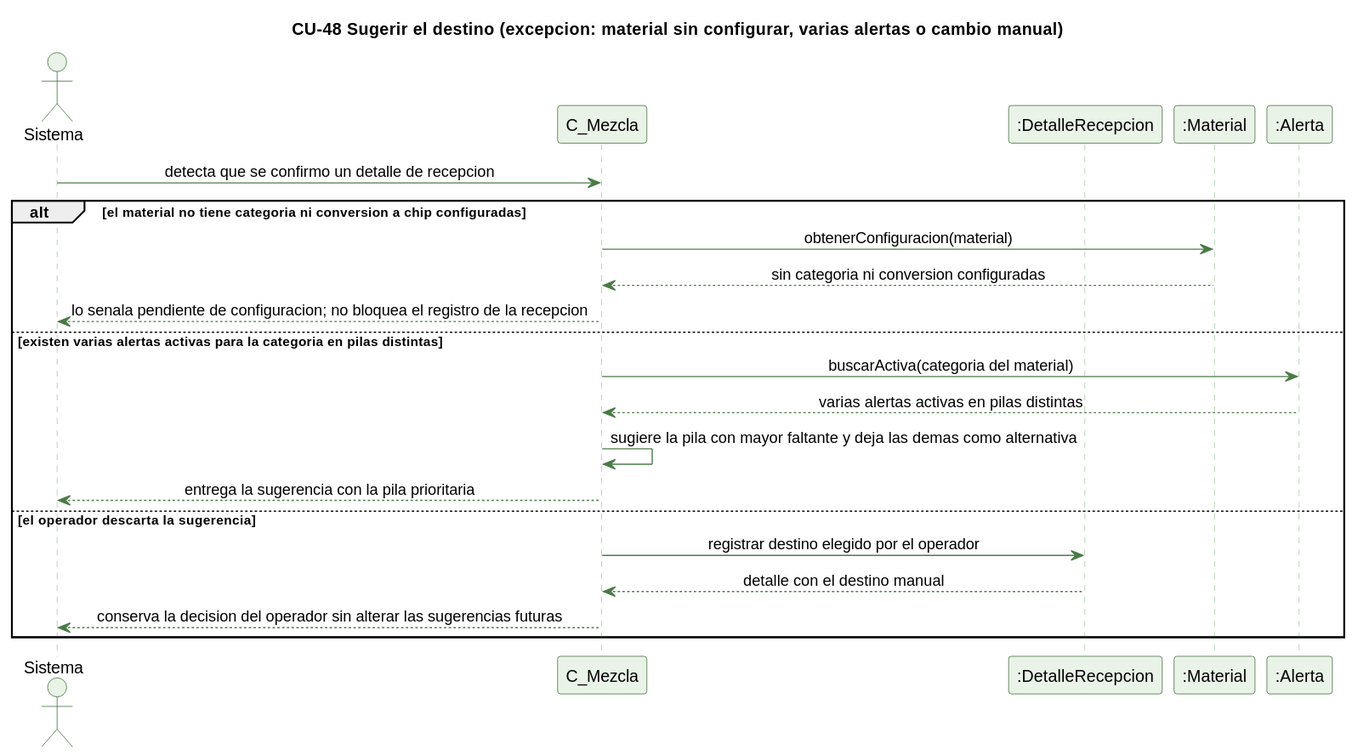
Earlier version of the PlantUML export docs/trabajo-grupal/diagramas/secuencias/cu48-sugerir-destino-excepcion.svg (kenjikaese/Triverde).
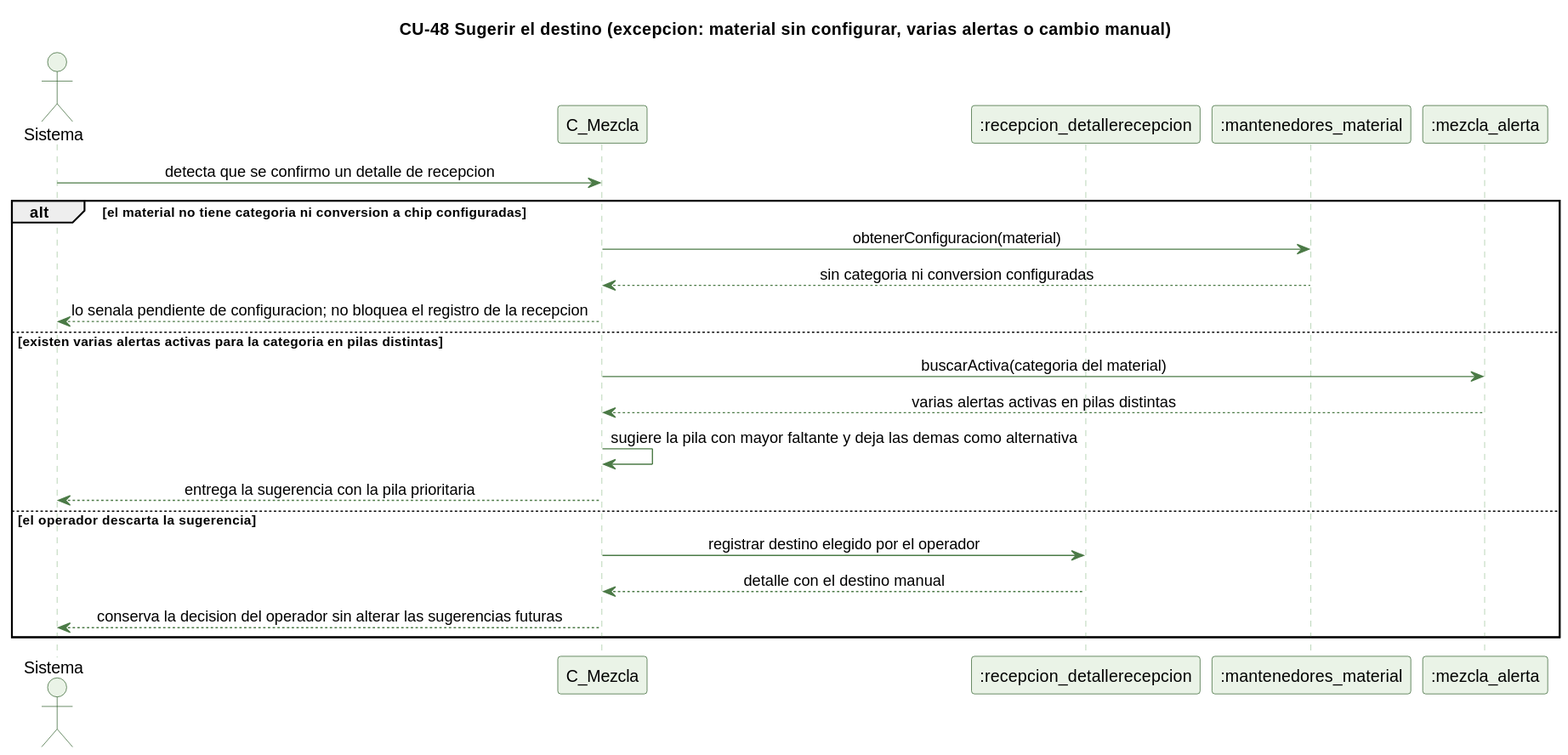
Above is the later version.

Change to the diagram source:
```diff
@@ -14,9 +14,9 @@
 
 actor Sistema
 participant "C_Mezcla" as C
-participant ":DetalleRecepcion" as DR
-participant ":Material" as M
-participant ":Alerta" as A
+participant ":recepcion_detallerecepcion" as DR
+participant ":mantenedores_material" as M
+participant ":mezcla_alerta" as A
 
 Sistema -> C : detecta que se confirmo un detalle de recepcion
 alt el material no tiene categoria ni conversion a chip configuradas
```
